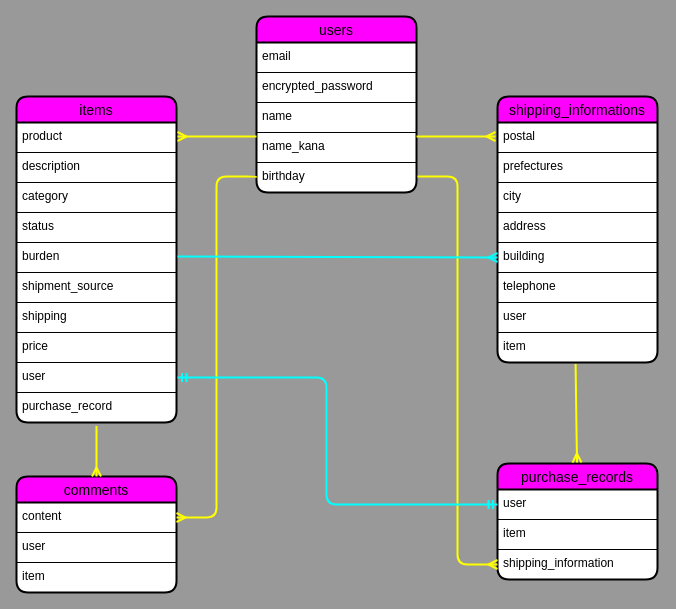
Before: table.dio in ko-dai0404/furima-37742, a draw.io diagram. Source tidied: cells renumbered, new cells numbered last; positions are measured from the earlier drawing's top-left corner, leaving out a move shared by most shapes. Both pictures are drawn from the tidied source at 100%, with x=0, y=0 at pixel (16, 16).
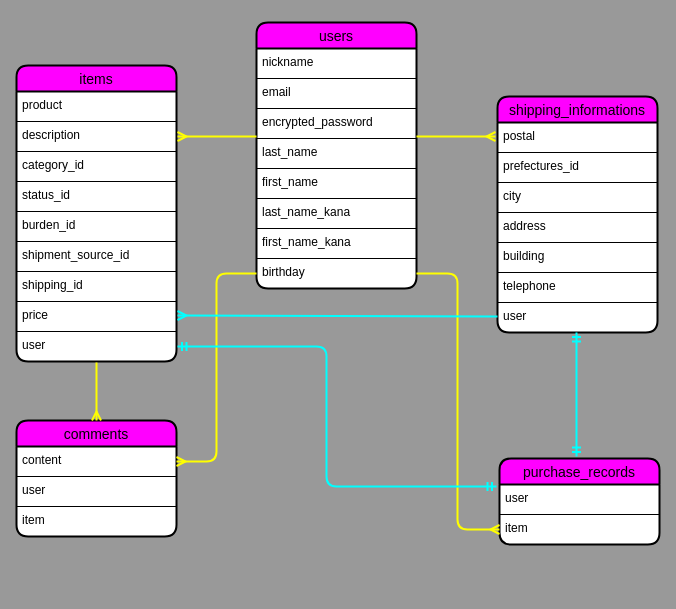
Above is the later version.

Commit message (it also covers changes not shown here):
ER図と README.mdの修正

The change refers to these unchanged cells:
```xml
<mxCell id="9" value="content" style="text;strokeColor=default;fillColor=none;spacingLeft=4;spacingRight=4;overflow=hidden;points=[[0,0.5],[1,0.5]];portConstraint=eastwest;fontSize=12;" parent="8" vertex="1">
  <mxGeometry y="26" width="160" height="30" as="geometry" />
</mxCell>
<mxCell id="32" value="building" style="text;strokeColor=default;fillColor=none;spacingLeft=4;spacingRight=4;overflow=hidden;points=[[0,0.5],[1,0.5]];portConstraint=eastwest;fontSize=12;" parent="27" vertex="1">
  <mxGeometry y="146" width="160" height="30" as="geometry" />
</mxCell>
```

Change to the diagram source:
```diff
@@
     <mxCell id="2" value="users" style="swimlane;fontStyle=0;horizontal=1;startSize=26;align=center;fontSize=14;swimlaneFillColor=default;rounded=1;shadow=0;glass=0;sketch=0;strokeWidth=2;perimeterSpacing=0;fillColor=#FF00FF;strokeColor=#000000;" parent="1" vertex="1">
-      <mxGeometry x="240" width="160" height="176" as="geometry" />
+      <mxGeometry x="240" y="6" width="160" height="266" as="geometry" />
     </mxCell>
+    <mxCell id="44" value="nickname" style="text;strokeColor=default;fillColor=none;spacingLeft=4;spacingRight=4;overflow=hidden;fontSize=12;" parent="2" vertex="1">
+      <mxGeometry y="26" width="160" height="30" as="geometry" />
+    </mxCell>
     <mxCell id="3" value="email" style="text;strokeColor=default;fillColor=none;spacingLeft=4;spacingRight=4;overflow=hidden;fontSize=12;" parent="2" vertex="1">
-      <mxGeometry y="26" width="160" height="30" as="geometry" />
+      <mxGeometry y="56" width="160" height="30" as="geometry" />
     </mxCell>
     <mxCell id="4" value="encrypted_password" style="text;strokeColor=default;fillColor=none;spacingLeft=4;spacingRight=4;overflow=hidden;fontSize=12;rounded=0;" parent="2" vertex="1">
-      <mxGeometry y="56" width="160" height="30" as="geometry" />
+      <mxGeometry y="86" width="160" height="30" as="geometry" />
     </mxCell>
-    <mxCell id="5" value="name" style="text;strokeColor=default;fillColor=none;spacingLeft=4;spacingRight=4;overflow=hidden;fontSize=12;" parent="2" vertex="1">
-      <mxGeometry y="86" width="160" height="30" as="geometry" />
+    <mxCell id="5" value="last_name" style="text;strokeColor=default;fillColor=none;spacingLeft=4;spacingRight=4;overflow=hidden;fontSize=12;" parent="2" vertex="1">
+      <mxGeometry y="116" width="160" height="30" as="geometry" />
     </mxCell>
+    <mxCell id="45" value="first_name" style="text;strokeColor=default;fillColor=none;spacingLeft=4;spacingRight=4;overflow=hidden;fontSize=12;" parent="2" vertex="1">
+      <mxGeometry y="146" width="160" height="30" as="geometry" />
+    </mxCell>
-    <mxCell id="6" value="name_kana" style="text;strokeColor=default;fillColor=none;spacingLeft=4;spacingRight=4;overflow=hidden;points=[[0,0.5],[1,0.5]];portConstraint=eastwest;fontSize=12;" parent="2" vertex="1">
-      <mxGeometry y="116" width="160" height="30" as="geometry" />
+    <mxCell id="6" value="last_name_kana" style="text;strokeColor=default;fillColor=none;spacingLeft=4;spacingRight=4;overflow=hidden;points=[[0,0.5],[1,0.5]];portConstraint=eastwest;fontSize=12;" parent="2" vertex="1">
+      <mxGeometry y="176" width="160" height="30" as="geometry" />
     </mxCell>
+    <mxCell id="46" value="first_name_kana" style="text;strokeColor=default;fillColor=none;spacingLeft=4;spacingRight=4;overflow=hidden;fontSize=12;" parent="2" vertex="1">
+      <mxGeometry y="206" width="160" height="30" as="geometry" />
+    </mxCell>
     <mxCell id="7" value="birthday" style="text;strokeColor=none;fillColor=none;spacingLeft=4;spacingRight=4;overflow=hidden;points=[[0,0.5],[1,0.5]];portConstraint=eastwest;fontSize=12;" parent="2" vertex="1">
-      <mxGeometry y="146" width="160" height="30" as="geometry" />
+      <mxGeometry y="236" width="160" height="30" as="geometry" />
     </mxCell>
     <mxCell id="8" value="comments" style="swimlane;fontStyle=0;horizontal=1;startSize=26;align=center;fontSize=14;swimlaneFillColor=default;rounded=1;shadow=0;glass=0;sketch=0;strokeWidth=2;perimeterSpacing=0;fillColor=#FF00FF;strokeColor=#000000;" parent="1" vertex="1">
-      <mxGeometry y="460" width="160" height="116" as="geometry" />
+      <mxGeometry y="404" width="160" height="116" as="geometry" />
     </mxCell>
@@
     <mxCell id="12" value="items" style="swimlane;fontStyle=0;horizontal=1;startSize=26;align=center;fontSize=14;swimlaneFillColor=default;rounded=1;shadow=0;glass=0;sketch=0;strokeWidth=2;perimeterSpacing=0;fillColor=#FF00FF;strokeColor=#000000;" parent="1" vertex="1">
-      <mxGeometry y="80" width="160" height="326" as="geometry" />
+      <mxGeometry y="49" width="160" height="296" as="geometry" />
     </mxCell>
@@
-    <mxCell id="15" value="category" style="text;strokeColor=default;fillColor=none;spacingLeft=4;spacingRight=4;overflow=hidden;fontSize=12;perimeterSpacing=1;" parent="12" vertex="1">
+    <mxCell id="15" value="category_id" style="text;strokeColor=default;fillColor=none;spacingLeft=4;spacingRight=4;overflow=hidden;fontSize=12;perimeterSpacing=1;" parent="12" vertex="1">
       <mxGeometry y="86" width="160" height="30" as="geometry" />
     </mxCell>
-    <mxCell id="16" value="status" style="text;strokeColor=default;fillColor=none;spacingLeft=4;spacingRight=4;overflow=hidden;fontSize=12;perimeterSpacing=1;" parent="12" vertex="1">
+    <mxCell id="16" value="status_id" style="text;strokeColor=default;fillColor=none;spacingLeft=4;spacingRight=4;overflow=hidden;fontSize=12;perimeterSpacing=1;" parent="12" vertex="1">
       <mxGeometry y="116" width="160" height="30" as="geometry" />
     </mxCell>
-    <mxCell id="17" value="burden" style="text;strokeColor=default;fillColor=none;spacingLeft=4;spacingRight=4;overflow=hidden;fontSize=12;perimeterSpacing=1;" parent="12" vertex="1">
+    <mxCell id="17" value="burden_id" style="text;strokeColor=default;fillColor=none;spacingLeft=4;spacingRight=4;overflow=hidden;fontSize=12;perimeterSpacing=1;" parent="12" vertex="1">
       <mxGeometry y="146" width="160" height="30" as="geometry" />
     </mxCell>
-    <mxCell id="18" value="shipment_source" style="text;strokeColor=default;fillColor=none;spacingLeft=4;spacingRight=4;overflow=hidden;fontSize=12;perimeterSpacing=1;" parent="12" vertex="1">
+    <mxCell id="18" value="shipment_source_id" style="text;strokeColor=default;fillColor=none;spacingLeft=4;spacingRight=4;overflow=hidden;fontSize=12;perimeterSpacing=1;" parent="12" vertex="1">
       <mxGeometry y="176" width="160" height="30" as="geometry" />
     </mxCell>
-    <mxCell id="19" value="shipping" style="text;strokeColor=default;fillColor=none;spacingLeft=4;spacingRight=4;overflow=hidden;fontSize=12;perimeterSpacing=1;" parent="12" vertex="1">
+    <mxCell id="19" value="shipping_id" style="text;strokeColor=default;fillColor=none;spacingLeft=4;spacingRight=4;overflow=hidden;fontSize=12;perimeterSpacing=1;" parent="12" vertex="1">
       <mxGeometry y="206" width="160" height="30" as="geometry" />
     </mxCell>
@@
-    <mxCell id="21" value="user" style="text;strokeColor=default;fillColor=none;spacingLeft=4;spacingRight=4;overflow=hidden;points=[[0,0.5],[1,0.5]];portConstraint=eastwest;fontSize=12;perimeterSpacing=1;" parent="12" vertex="1">
+    <mxCell id="21" value="user" style="text;strokeColor=none;fillColor=none;spacingLeft=4;spacingRight=4;overflow=hidden;points=[[0,0.5],[1,0.5]];portConstraint=eastwest;fontSize=12;perimeterSpacing=1;" parent="12" vertex="1">
       <mxGeometry y="266" width="160" height="30" as="geometry" />
     </mxCell>
-    <mxCell id="22" value="purchase_record" style="text;strokeColor=none;fillColor=none;spacingLeft=4;spacingRight=4;overflow=hidden;fontSize=12;perimeterSpacing=1;" parent="12" vertex="1">
-      <mxGeometry y="296" width="160" height="30" as="geometry" />
-    </mxCell>
     <mxCell id="23" value="purchase_records" style="swimlane;fontStyle=0;horizontal=1;startSize=26;align=center;fontSize=14;swimlaneFillColor=default;rounded=1;shadow=0;glass=0;sketch=0;strokeWidth=2;perimeterSpacing=0;fillColor=#FF00FF;strokeColor=#000000;" parent="1" vertex="1">
-      <mxGeometry x="481" y="447" width="160" height="116" as="geometry" />
+      <mxGeometry x="483" y="442" width="160" height="86" as="geometry" />
     </mxCell>
-    <mxCell id="24" value="user" style="text;strokeColor=none;fillColor=none;spacingLeft=4;spacingRight=4;overflow=hidden;points=[[0,0.5],[1,0.5]];portConstraint=eastwest;fontSize=12;" parent="23" vertex="1">
+    <mxCell id="24" value="user" style="text;strokeColor=default;fillColor=none;spacingLeft=4;spacingRight=4;overflow=hidden;points=[[0,0.5],[1,0.5]];portConstraint=eastwest;fontSize=12;" parent="23" vertex="1">
       <mxGeometry y="26" width="160" height="30" as="geometry" />
     </mxCell>
-    <mxCell id="25" value="item" style="text;strokeColor=default;fillColor=none;spacingLeft=4;spacingRight=4;overflow=hidden;points=[[0,0.5],[1,0.5]];portConstraint=eastwest;fontSize=12;rounded=0;" parent="23" vertex="1">
+    <mxCell id="25" value="item" style="text;strokeColor=none;fillColor=none;spacingLeft=4;spacingRight=4;overflow=hidden;points=[[0,0.5],[1,0.5]];portConstraint=eastwest;fontSize=12;rounded=0;" parent="23" vertex="1">
       <mxGeometry y="56" width="160" height="30" as="geometry" />
     </mxCell>
-    <mxCell id="26" value="shipping_information" style="text;strokeColor=none;fillColor=none;spacingLeft=4;spacingRight=4;overflow=hidden;points=[[0,0.5],[1,0.5]];portConstraint=eastwest;fontSize=12;" parent="23" vertex="1">
-      <mxGeometry y="86" width="160" height="30" as="geometry" />
-    </mxCell>
     <mxCell id="27" value="shipping_informations" style="swimlane;fontStyle=0;horizontal=1;startSize=26;align=center;fontSize=14;swimlaneFillColor=default;rounded=1;shadow=0;glass=0;sketch=0;strokeWidth=2;perimeterSpacing=0;fillColor=#FF00FF;strokeColor=#000000;" parent="1" vertex="1">
-      <mxGeometry x="481" y="80" width="160" height="266" as="geometry" />
+      <mxGeometry x="481" y="80" width="160" height="236" as="geometry" />
     </mxCell>
@@
-    <mxCell id="29" value="prefectures" style="text;strokeColor=default;fillColor=none;spacingLeft=4;spacingRight=4;overflow=hidden;fontSize=12;rounded=0;" parent="27" vertex="1">
+    <mxCell id="29" value="prefectures_id" style="text;strokeColor=default;fillColor=none;spacingLeft=4;spacingRight=4;overflow=hidden;fontSize=12;rounded=0;" parent="27" vertex="1">
       <mxGeometry y="56" width="160" height="30" as="geometry" />
     </mxCell>
@@
-    <mxCell id="33" value="telephone" style="text;strokeColor=none;fillColor=none;spacingLeft=4;spacingRight=4;overflow=hidden;fontSize=12;" parent="27" vertex="1">
+    <mxCell id="33" value="telephone" style="text;strokeColor=default;fillColor=none;spacingLeft=4;spacingRight=4;overflow=hidden;fontSize=12;" parent="27" vertex="1">
       <mxGeometry y="176" width="160" height="30" as="geometry" />
     </mxCell>
-    <mxCell id="34" value="user" style="text;strokeColor=default;fillColor=none;spacingLeft=4;spacingRight=4;overflow=hidden;fontSize=12;" parent="27" vertex="1">
+    <mxCell id="34" value="user" style="text;strokeColor=none;fillColor=none;spacingLeft=4;spacingRight=4;overflow=hidden;fontSize=12;" parent="27" vertex="1">
       <mxGeometry y="206" width="160" height="30" as="geometry" />
     </mxCell>
-    <mxCell id="35" value="item" style="text;strokeColor=none;fillColor=none;spacingLeft=4;spacingRight=4;overflow=hidden;points=[[0,0.5],[1,0.5]];portConstraint=eastwest;fontSize=12;" parent="27" vertex="1">
-      <mxGeometry y="236" width="160" height="30" as="geometry" />
-    </mxCell>
-    <mxCell id="36" style="fontSize=12;html=1;endArrow=ERmany;strokeColor=#FFFF00;strokeWidth=2;exitX=0;exitY=0.133;exitDx=0;exitDy=0;exitPerimeter=0;" parent="1" edge="1" source="6">
+    <mxCell id="36" style="fontSize=12;html=1;endArrow=ERmany;strokeColor=#FFFF00;strokeWidth=2;" parent="1" edge="1">
       <mxGeometry relative="1" as="geometry">
+        <mxPoint x="240" y="120" as="sourcePoint" />
         <mxPoint x="161" y="120" as="targetPoint" />
       </mxGeometry>
     </mxCell>
-    <mxCell id="37" style="fontSize=12;html=1;endArrow=ERmany;strokeColor=#FFFF00;strokeWidth=2;exitX=0.5;exitY=1.109;exitDx=0;exitDy=0;exitPerimeter=0;" parent="1" edge="1">
+    <mxCell id="37" style="fontSize=12;html=1;endArrow=ERmany;strokeColor=#FFFF00;strokeWidth=2;" parent="1" edge="1">
       <mxGeometry relative="1" as="geometry">
-        <mxPoint x="80" y="409.5" as="sourcePoint" />
-        <mxPoint x="80" y="460" as="targetPoint" />
+        <mxPoint x="80" y="346" as="sourcePoint" />
+        <mxPoint x="80" y="404" as="targetPoint" />
       </mxGeometry>
     </mxCell>
     <mxCell id="38" style="fontSize=12;html=1;endArrow=ERmany;strokeColor=#FFFF00;strokeWidth=2;entryX=1;entryY=0.5;entryDx=0;entryDy=0;edgeStyle=orthogonalEdgeStyle;elbow=vertical;exitX=0;exitY=0.5;exitDx=0;exitDy=0;" parent="1" edge="1" source="7" target="9">
       <mxGeometry relative="1" as="geometry">
         <Array as="points">
-          <mxPoint x="240" y="160" />
-          <mxPoint x="200" y="160" />
-          <mxPoint x="200" y="501" />
+          <mxPoint x="200" y="257" />
+          <mxPoint x="200" y="445" />
         </Array>
       </mxGeometry>
     </mxCell>
@@
-    <mxCell id="40" style="fontSize=12;html=1;endArrow=ERmany;strokeColor=#FFFF00;strokeWidth=2;edgeStyle=orthogonalEdgeStyle;elbow=vertical;entryX=0;entryY=0.5;entryDx=0;entryDy=0;" parent="1" edge="1" target="26">
+    <mxCell id="40" style="fontSize=12;html=1;endArrow=ERmany;strokeColor=#FFFF00;strokeWidth=2;edgeStyle=orthogonalEdgeStyle;elbow=vertical;entryX=0;entryY=0.5;entryDx=0;entryDy=0;exitX=1;exitY=0.5;exitDx=0;exitDy=0;" parent="1" edge="1" source="7" target="25">
       <mxGeometry relative="1" as="geometry">
-        <mxPoint x="401" y="160" as="sourcePoint" />
         <Array as="points">
-          <mxPoint x="441" y="160" />
-          <mxPoint x="441" y="548" />
+          <mxPoint x="441" y="257" />
+          <mxPoint x="441" y="513" />
         </Array>
       </mxGeometry>
     </mxCell>
-    <mxCell id="41" style="edgeStyle=orthogonalEdgeStyle;fontSize=12;html=1;endArrow=ERmandOne;startArrow=ERmandOne;strokeColor=#00FFFF;strokeWidth=2;elbow=vertical;exitX=1;exitY=0.5;exitDx=0;exitDy=0;entryX=0;entryY=0.5;entryDx=0;entryDy=0;" parent="1" edge="1" source="21" target="24">
+    <mxCell id="41" style="edgeStyle=orthogonalEdgeStyle;fontSize=12;html=1;endArrow=ERmandOne;startArrow=ERmandOne;strokeColor=#00FFFF;strokeWidth=2;elbow=vertical;exitX=1;exitY=0.5;exitDx=0;exitDy=0;" parent="1" edge="1" source="21">
       <mxGeometry relative="1" as="geometry">
+        <mxPoint x="480" y="470" as="targetPoint" />
         <Array as="points">
-          <mxPoint x="310" y="361" />
-          <mxPoint x="310" y="488" />
+          <mxPoint x="310" y="330" />
+          <mxPoint x="310" y="470" />
         </Array>
       </mxGeometry>
     </mxCell>
-    <mxCell id="42" style="fontSize=12;html=1;endArrow=ERmany;strokeColor=#00FFFF;strokeWidth=2;exitX=0;exitY=0.133;exitDx=0;exitDy=0;exitPerimeter=0;entryX=0;entryY=0.5;entryDx=0;entryDy=0;" parent="1" edge="1" target="32">
+    <mxCell id="42" style="fontSize=12;html=1;endArrow=ERmany;strokeColor=#00FFFF;strokeWidth=2;exitX=0;exitY=0.133;exitDx=0;exitDy=0;exitPerimeter=0;entryX=0;entryY=0.5;entryDx=0;entryDy=0;" parent="1" edge="1">
       <mxGeometry relative="1" as="geometry">
-        <mxPoint x="161" y="240" as="sourcePoint" />
+        <mxPoint x="481" y="300" as="sourcePoint" />
+        <mxPoint x="161" y="299" as="targetPoint" />
       </mxGeometry>
     </mxCell>
-    <mxCell id="43" style="fontSize=12;html=1;endArrow=ERmany;strokeColor=#FFFF00;strokeWidth=2;entryX=0.5;entryY=0;entryDx=0;entryDy=0;exitX=0.488;exitY=1.05;exitDx=0;exitDy=0;exitPerimeter=0;" parent="1" edge="1" source="35">
-      <mxGeometry relative="1" as="geometry">
-        <mxPoint x="560.5" y="446" as="targetPoint" />
-      </mxGeometry>
-    </mxCell>
+    <mxCell id="47" style="fontSize=12;html=1;endArrow=ERmandOne;startArrow=ERmandOne;strokeColor=#00FFFF;strokeWidth=2;" parent="1" edge="1">
+      <mxGeometry relative="1" as="geometry">
+        <mxPoint x="560" y="440" as="sourcePoint" />
+        <mxPoint x="560" y="316" as="targetPoint" />
+      </mxGeometry>
+    </mxCell>
```
